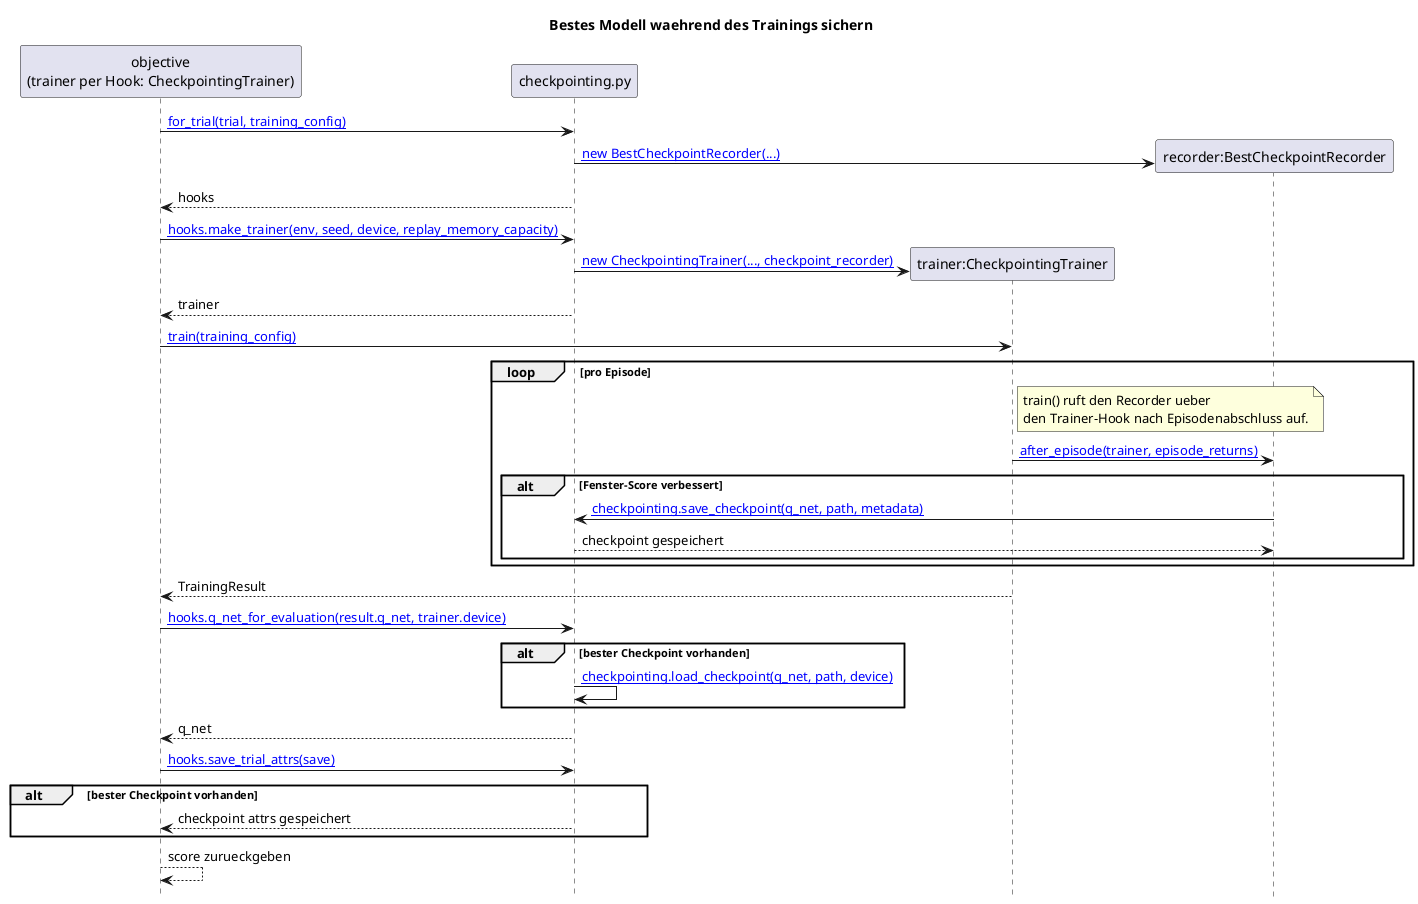
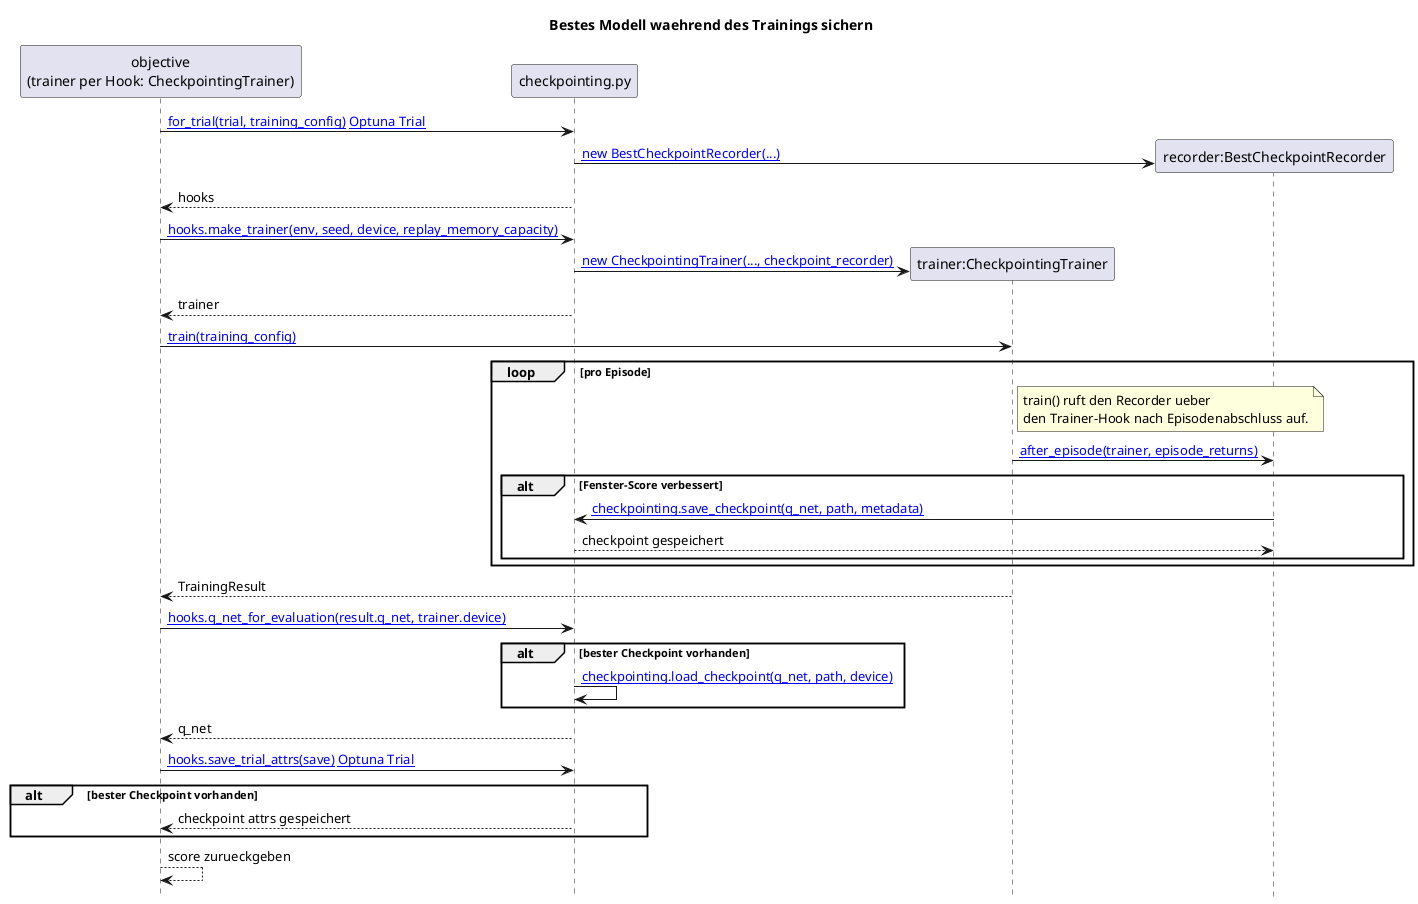
@startuml
title Bestes Modell waehrend des Trainings sichern

hide footbox

participant "objective\n(trainer per Hook: CheckpointingTrainer)" as Objective
participant "checkpointing.py" as Checkpointing
participant "trainer:CheckpointingTrainer" as Trainer
participant "recorder:BestCheckpointRecorder" as Recorder

url of Objective is [[vscode://file/C:/Users/mwehle/Documents/_P/KI/rl_lab/hpo/src/hpo/objective.py:142:1]]
url of Checkpointing is [[vscode://file/C:/Users/mwehle/Documents/_P/KI/rl_lab/hpo/src/hpo/checkpointing.py:1:1]]
url of Trainer is [[vscode://file/C:/Users/mwehle/Documents/_P/KI/rl_lab/hpo/src/hpo/checkpointing.py:72:1]]
url of Recorder is [[vscode://file/C:/Users/mwehle/Documents/_P/KI/rl_lab/hpo/src/hpo/checkpointing.py:23:1]]

- Objective -> Checkpointing: [[vscode://file/C:/Users/mwehle/Documents/_P/KI/rl_lab/hpo/src/hpo/checkpointing.py:115:1 for_trial(trial, training_config)]]
+ Objective -> Checkpointing: [[vscode://file/C:/Users/mwehle/Documents/_P/KI/rl_lab/hpo/src/hpo/checkpointing.py:115:1 for_trial(trial, training_config)]] [[https://optuna.readthedocs.io/en/stable/reference/generated/optuna.trial.Trial.html Optuna Trial]]
create Recorder
Checkpointing -> Recorder: [[vscode://file/C:/Users/mwehle/Documents/_P/KI/rl_lab/hpo/src/hpo/checkpointing.py:120:1 new BestCheckpointRecorder(...)]]
Checkpointing --> Objective: hooks

Objective -> Checkpointing: [[vscode://file/C:/Users/mwehle/Documents/_P/KI/rl_lab/hpo/src/hpo/checkpointing.py:145:1 hooks.make_trainer(env, seed, device, replay_memory_capacity)]]
create Trainer
Checkpointing -> Trainer: [[vscode://file/C:/Users/mwehle/Documents/_P/KI/rl_lab/hpo/src/hpo/checkpointing.py:153:1 new CheckpointingTrainer(..., checkpoint_recorder)]]
Checkpointing --> Objective: trainer

Objective -> Trainer: [[vscode://file/C:/Users/mwehle/Documents/_P/KI/rl_lab/dqn/src/dqn/vector_training.py:166:1 train(training_config)]]

loop pro Episode
    note right of Trainer
        train() ruft den Recorder ueber
        den Trainer-Hook nach Episodenabschluss auf.
    end note
    Trainer -> Recorder: [[vscode://file/C:/Users/mwehle/Documents/_P/KI/rl_lab/hpo/src/hpo/checkpointing.py:49:1 after_episode(trainer, episode_returns)]]
    alt Fenster-Score verbessert
        Recorder -> Checkpointing: [[vscode://file/C:/Users/mwehle/Documents/_P/KI/rl_lab/hpo/src/hpo/checkpointing.py:177:1 checkpointing.save_checkpoint(q_net, path, metadata)]]
        Checkpointing --> Recorder: checkpoint gespeichert
    end
end

Trainer --> Objective: TrainingResult

Objective -> Checkpointing: [[vscode://file/C:/Users/mwehle/Documents/_P/KI/rl_lab/hpo/src/hpo/checkpointing.py:161:1 hooks.q_net_for_evaluation(result.q_net, trainer.device)]]
alt bester Checkpoint vorhanden
    Checkpointing -> Checkpointing: [[vscode://file/C:/Users/mwehle/Documents/_P/KI/rl_lab/hpo/src/hpo/checkpointing.py:194:1 checkpointing.load_checkpoint(q_net, path, device)]]
end
Checkpointing --> Objective: q_net

- Objective -> Checkpointing: [[vscode://file/C:/Users/mwehle/Documents/_P/KI/rl_lab/hpo/src/hpo/checkpointing.py:166:1 hooks.save_trial_attrs(save)]]
+ Objective -> Checkpointing: [[vscode://file/C:/Users/mwehle/Documents/_P/KI/rl_lab/hpo/src/hpo/checkpointing.py:166:1 hooks.save_trial_attrs(save)]] [[https://optuna.readthedocs.io/en/stable/reference/generated/optuna.trial.Trial.html Optuna Trial]]
alt bester Checkpoint vorhanden
    Checkpointing --> Objective: checkpoint attrs gespeichert
end

Objective --> Objective: score zurueckgeben

@enduml
